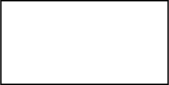
This is test.drawio.svg from davemac30/docs, a draw.io export, as it was before one commit. Source tidied: cells renumbered, new cells last; positions are measured from the earlier drawing's top-left corner, leaving out a move shared by most shapes.
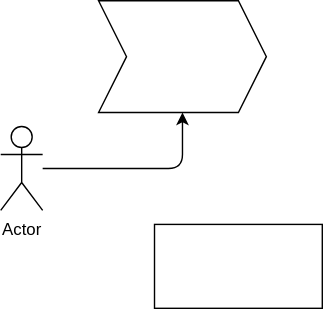
The same file after the commit.

What changed in the source:
```diff
@@ -5,5 +5,14 @@
     <mxCell id="2" style="rounded=0;whiteSpace=wrap;html=1;" parent="1" vertex="1">
       <mxGeometry width="120" height="60" as="geometry" />
     </mxCell>
+    <mxCell id="3" style="edgeStyle=orthogonalEdgeStyle;rounded=1;jettySize=auto;html=1;curved=0;" parent="1" edge="1" source="4" target="5">
+      <mxGeometry relative="1" as="geometry" />
+    </mxCell>
+    <mxCell id="4" value="Actor" style="shape=umlActor;verticalLabelPosition=bottom;verticalAlign=top;html=1;outlineConnect=0;" parent="1" vertex="1">
+      <mxGeometry x="-110" y="-70" width="30" height="60" as="geometry" />
+    </mxCell>
+    <mxCell id="5" style="shape=step;perimeter=stepPerimeter;whiteSpace=wrap;html=1;fixedSize=1;" parent="1" vertex="1">
+      <mxGeometry x="-40" y="-160" width="120" height="80" as="geometry" />
+    </mxCell>
   </root>
 </mxGraphModel>
```
